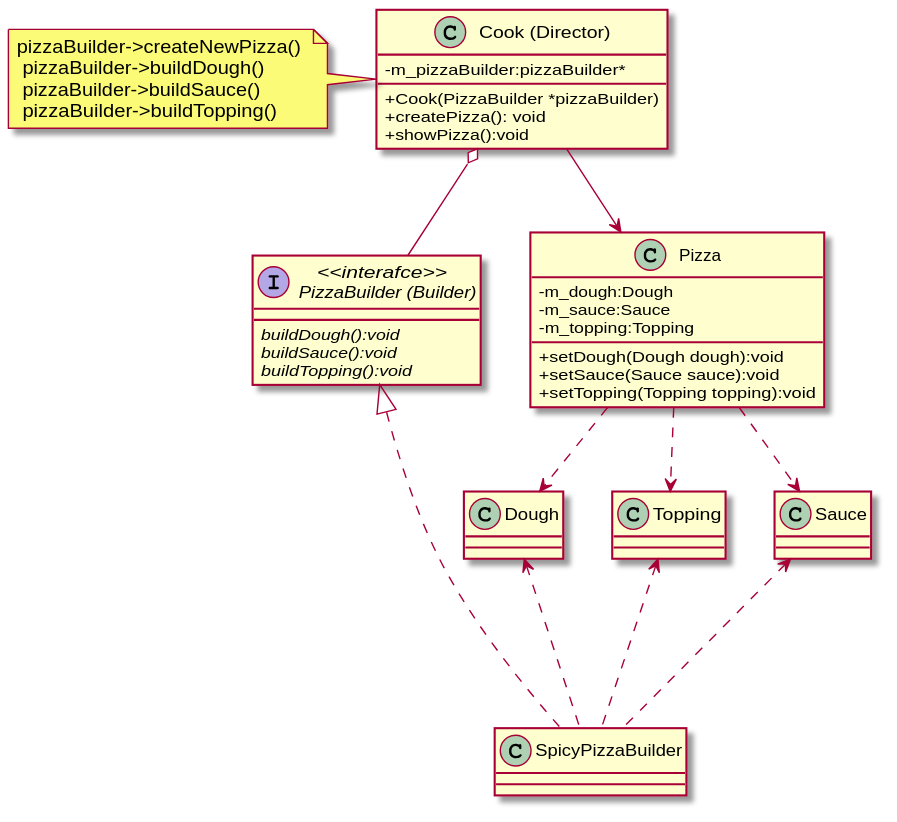
Earlier version of the PlantUML export DesignPatern/src/Creational/diagrams/pizza_builder.svg (behnamasadi/software_engineering).
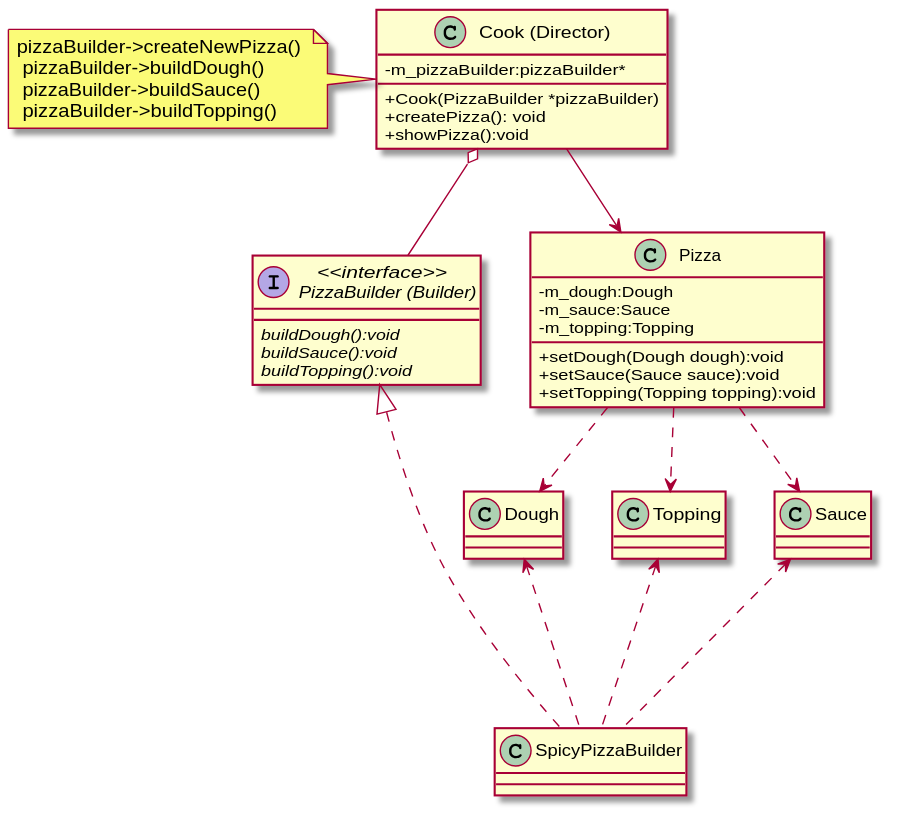
Above is the later version.

Commit message:
typo in interafce -> interface

Change to the diagram source:
```diff
@@ -18,7 +18,7 @@
 
 }
 
-interface "<<interafce>> \n PizzaBuilder (Builder)" as PizzaBuilder
+interface "<<interface>> \n PizzaBuilder (Builder)" as PizzaBuilder
 {
     {abstract} buildDough():void
     {abstract} buildSauce():void
```
